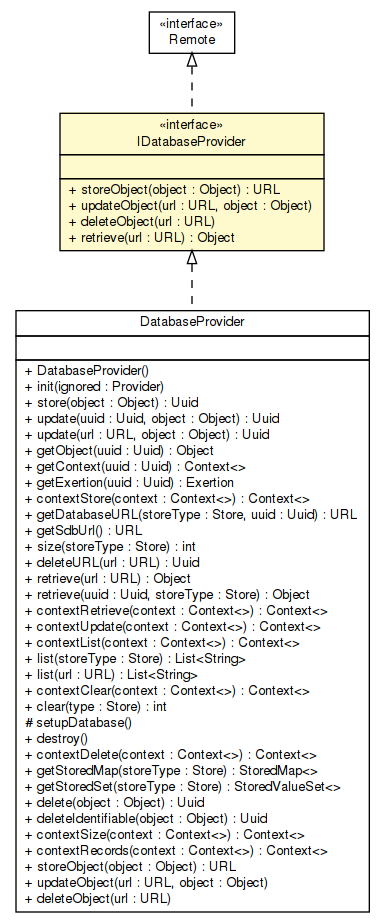
Above: apidocs/sorcer/core/provider/dbp/IDatabaseProvider.png in sorcersoft/sorcersoft.github.io (Graphviz), before the change. Its source is kept beside it as apidocs/sorcer/core/provider/dbp/IDatabaseProvider.dot.
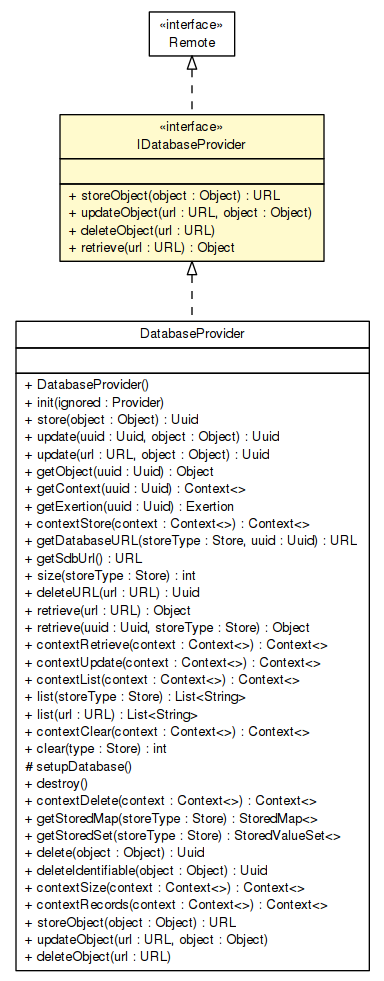
Above is the later version.

Diff of the diagram source:
```diff
@@ -4,7 +4,7 @@
 	node [fontname="Helvetica",fontsize=10,shape=plaintext];
 	nodesep=0.25;
 	ranksep=0.5;
-	c233159 [label=<<table title="sorcer.core.provider.dbp.DatabaseProvider" border="0" cellborder="1" cellspacing="0" cellpadding="2" port="p" href="./DatabaseProvider.html">
+	c263760 [label=<<table title="sorcer.core.provider.dbp.DatabaseProvider" border="0" cellborder="1" cellspacing="0" cellpadding="2" port="p" href="./DatabaseProvider.html">
 		<tr><td><table border="0" cellspacing="0" cellpadding="1">
 <tr><td align="center" balign="center"> DatabaseProvider </td></tr>
 		</table></td></tr>
@@ -48,7 +48,7 @@
 <tr><td align="left" balign="left"> + deleteObject(url : URL) </td></tr>
 		</table></td></tr>
 		</table>>, URL="./DatabaseProvider.html", fontname="Helvetica", fontcolor="black", fontsize=10.0];
-	c233163 [label=<<table title="sorcer.core.provider.dbp.IDatabaseProvider" border="0" cellborder="1" cellspacing="0" cellpadding="2" port="p" bgcolor="lemonChiffon" href="./IDatabaseProvider.html">
+	c263764 [label=<<table title="sorcer.core.provider.dbp.IDatabaseProvider" border="0" cellborder="1" cellspacing="0" cellpadding="2" port="p" bgcolor="lemonChiffon" href="./IDatabaseProvider.html">
 		<tr><td><table border="0" cellspacing="0" cellpadding="1">
 <tr><td align="center" balign="center"> &#171;interface&#187; </td></tr>
 <tr><td align="center" balign="center"> IDatabaseProvider </td></tr>
@@ -63,9 +63,9 @@
 <tr><td align="left" balign="left"> + retrieve(url : URL) : Object </td></tr>
 		</table></td></tr>
 		</table>>, URL="./IDatabaseProvider.html", fontname="Helvetica", fontcolor="black", fontsize=10.0];
-	c233163:p -> c233159:p [dir=back,arrowtail=empty,style=dashed];
-	c233472:p -> c233163:p [dir=back,arrowtail=empty,style=dashed];
-	c233472 [label=<<table title="java.rmi.Remote" border="0" cellborder="1" cellspacing="0" cellpadding="2" port="p" href="http://docs.oracle.com/javase/7/docs/api/java/rmi/Remote.html">
+	c263764:p -> c263760:p [dir=back,arrowtail=empty,style=dashed];
+	c264132:p -> c263764:p [dir=back,arrowtail=empty,style=dashed];
+	c264132 [label=<<table title="java.rmi.Remote" border="0" cellborder="1" cellspacing="0" cellpadding="2" port="p" href="http://docs.oracle.com/javase/7/docs/api/java/rmi/Remote.html">
 		<tr><td><table border="0" cellspacing="0" cellpadding="1">
 <tr><td align="center" balign="center"> &#171;interface&#187; </td></tr>
 <tr><td align="center" balign="center"> Remote </td></tr>
```
